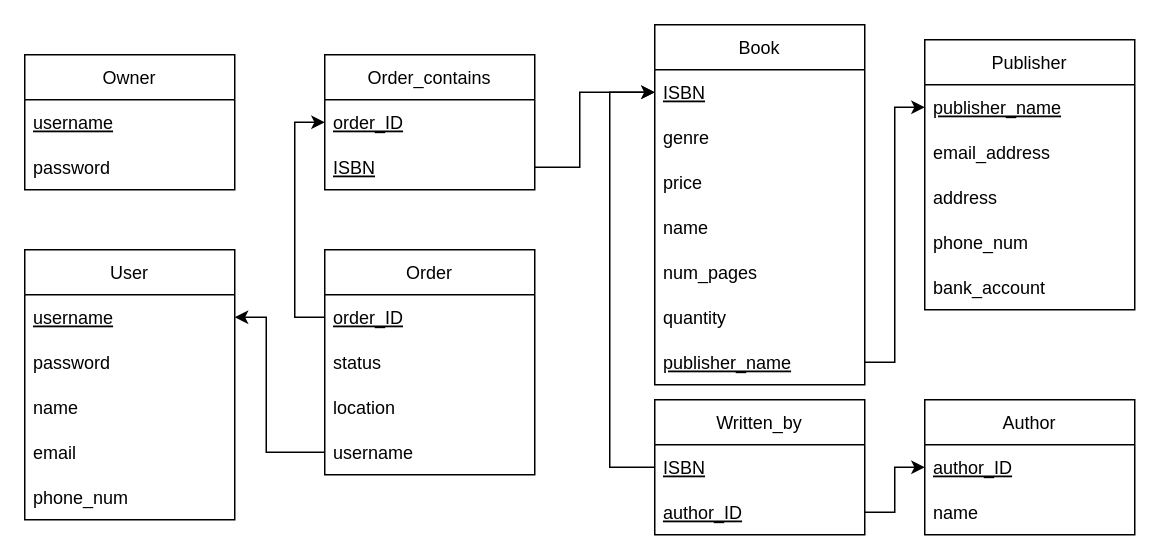
Earlier version of the draw.io diagram BookStoreRelationSchema.drawio (Dylanhism/BookStore). Source tidied: cells renumbered, new cells numbered last; positions are measured from the earlier drawing's top-left corner, leaving out a move shared by most shapes. Both pictures are drawn from the tidied source at 150%, with x=0, y=0 at pixel (24, 24).
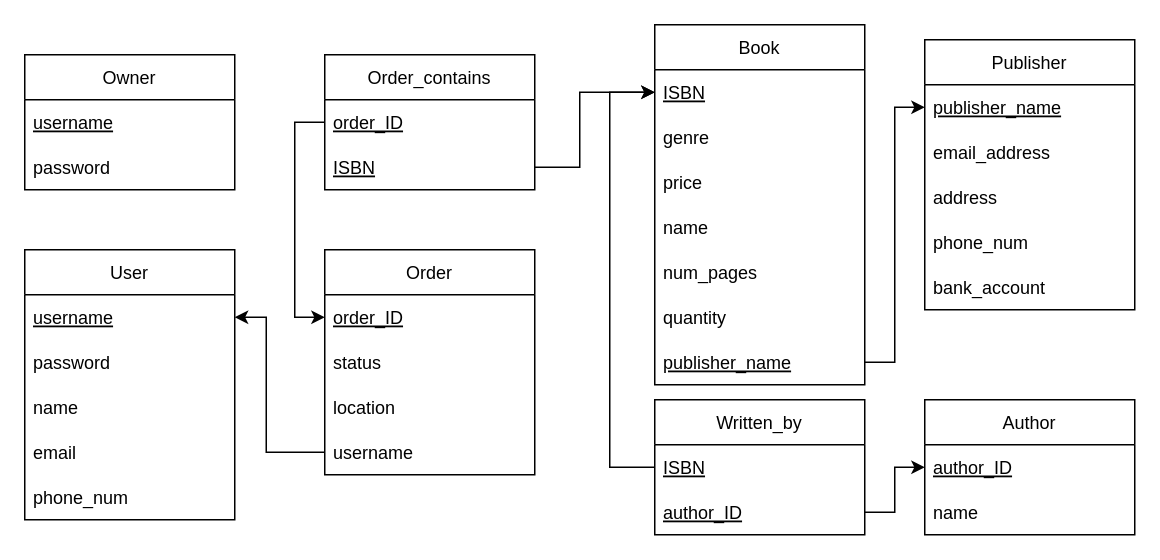
Above is the later version.

Commit message:
Reverse arrow for order_contains in BookStoreRelationSchema.drawio

The change refers to these unchanged cells:
```xml
<mxCell id="35" value="order_ID" style="text;strokeColor=none;fillColor=none;align=left;verticalAlign=middle;spacingLeft=4;spacingRight=4;overflow=hidden;points=[[0,0.5],[1,0.5]];portConstraint=eastwest;fontStyle=4;" parent="34" vertex="1">
  <mxGeometry y="30" width="140" height="30" as="geometry" />
</mxCell>
<mxCell id="41" value="order_ID" style="text;strokeColor=none;fillColor=none;align=left;verticalAlign=middle;spacingLeft=4;spacingRight=4;overflow=hidden;points=[[0,0.5],[1,0.5]];portConstraint=eastwest;fontStyle=4;" parent="40" vertex="1">
  <mxGeometry y="30" width="140" height="30" as="geometry" />
</mxCell>
```

The edit, as a diff of the source:
```diff
@@
-    <mxCell id="44" style="edgeStyle=orthogonalEdgeStyle;rounded=0;jettySize=auto;html=1;entryX=0;entryY=0.5;entryDx=0;entryDy=0;exitX=0;exitY=0.5;exitDx=0;exitDy=0;" parent="1" edge="1" source="35" target="41">
+    <mxCell id="44" style="edgeStyle=orthogonalEdgeStyle;rounded=0;jettySize=auto;html=1;entryX=0;entryY=0.5;entryDx=0;entryDy=0;exitX=0;exitY=0.5;exitDx=0;exitDy=0;" parent="1" edge="1" source="41" target="35">
       <mxGeometry relative="1" as="geometry">
         <Array as="points">
+          <mxPoint x="180" y="65" />
           <mxPoint x="180" y="195" />
-          <mxPoint x="180" y="65" />
         </Array>
       </mxGeometry>
     </mxCell>
```
